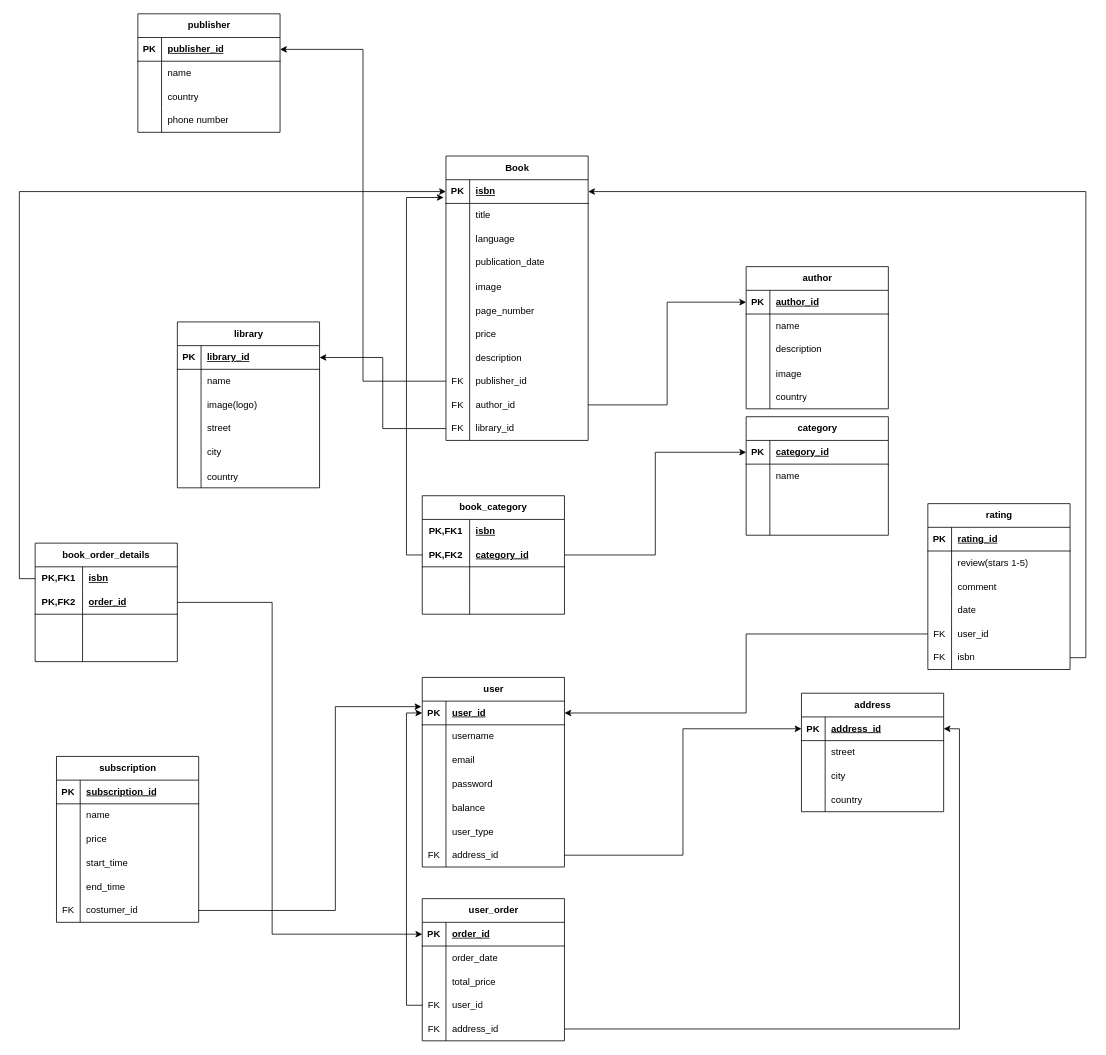
Before: bookbar_db_diagram.drawio in harris-cmega/bookbar-library-app, a draw.io diagram. Source tidied: cells renumbered, new cells numbered last; positions are measured from the earlier drawing's top-left corner, leaving out a move shared by most shapes. Both pictures are drawn from the tidied source at 79%, with x=0, y=0 at pixel (35, 13).
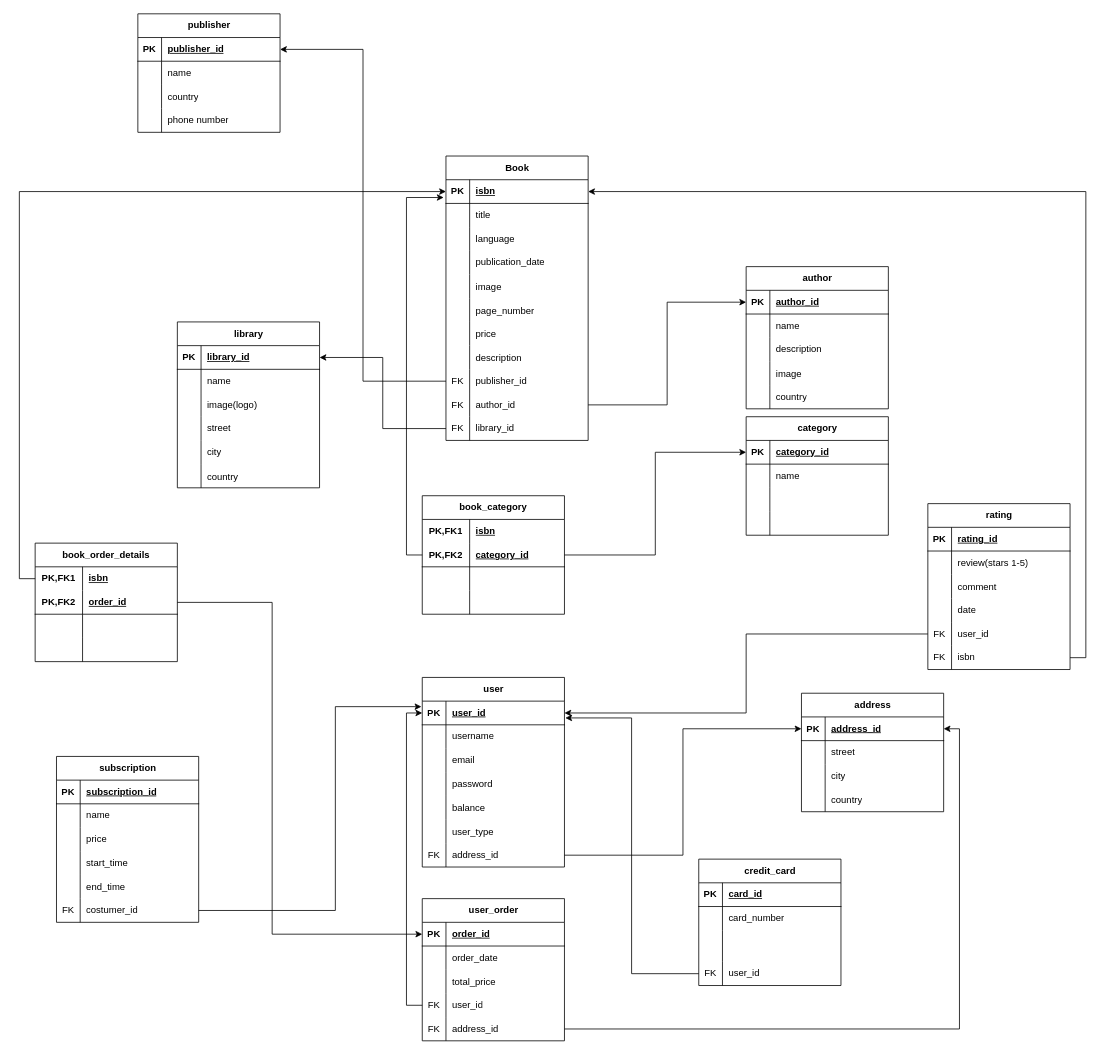
The same page after the edit.

Commit message (it also covers changes not shown here):
Bookbar database DDL

The change refers to these unchanged cells:
```xml
<mxCell id="53" style="shape=tableRow;horizontal=0;startSize=0;swimlaneHead=0;swimlaneBody=0;fillColor=none;points=[[0,0.5],[1,0.5]];portConstraint=eastwest;top=0;left=0;right=0;bottom=1;" parent="52" vertex="1">
  <mxGeometry y="30" width="180" height="30" as="geometry" />
</mxCell>
```

What changed in the source:
```diff
@@
+    <mxCell id="225" value="credit_card" style="shape=table;startSize=30;childLayout=tableLayout;rowLines=0;fontStyle=1;align=center;html=1;" parent="1" vertex="1">
+      <mxGeometry x="840" y="1070" width="180" height="160" as="geometry" />
+    </mxCell>
+    <mxCell id="226" style="shape=tableRow;horizontal=0;startSize=0;swimlaneHead=0;swimlaneBody=0;fillColor=none;top=0;left=0;right=0;bottom=1;" parent="225" vertex="1">
+      <mxGeometry y="30" width="180" height="30" as="geometry" />
+    </mxCell>
+    <mxCell id="227" value="PK" style="shape=partialRectangle;fillColor=none;top=0;left=0;bottom=0;right=0;fontStyle=1;overflow=hidden;whiteSpace=wrap;html=1;" parent="226" vertex="1">
+      <mxGeometry width="30" height="30" as="geometry" />
+    </mxCell>
+    <mxCell id="228" value="card_id" style="shape=partialRectangle;fillColor=none;top=0;left=0;bottom=0;right=0;align=left;spacingLeft=6;fontStyle=5;overflow=hidden;whiteSpace=wrap;html=1;" parent="226" vertex="1">
+      <mxGeometry x="30" width="150" height="30" as="geometry" />
+    </mxCell>
+    <mxCell id="229" style="shape=tableRow;horizontal=0;startSize=0;swimlaneHead=0;swimlaneBody=0;fillColor=none;top=0;left=0;right=0;bottom=0;" parent="225" vertex="1">
+      <mxGeometry y="60" width="180" height="30" as="geometry" />
+    </mxCell>
+    <mxCell id="230" style="shape=partialRectangle;fillColor=none;top=0;left=0;bottom=0;right=0;overflow=hidden;whiteSpace=wrap;html=1;" parent="229" vertex="1">
+      <mxGeometry width="30" height="30" as="geometry" />
+    </mxCell>
+    <mxCell id="231" value="card_number" style="shape=partialRectangle;fillColor=none;top=0;left=0;bottom=0;right=0;align=left;spacingLeft=6;overflow=hidden;whiteSpace=wrap;html=1;" parent="229" vertex="1">
+      <mxGeometry x="30" width="150" height="30" as="geometry" />
+    </mxCell>
+    <mxCell id="232" style="shape=tableRow;horizontal=0;startSize=0;swimlaneHead=0;swimlaneBody=0;fillColor=none;top=0;left=0;right=0;bottom=0;" parent="225" vertex="1">
+      <mxGeometry y="90" width="180" height="40" as="geometry" />
+    </mxCell>
+    <mxCell id="233" style="shape=partialRectangle;fillColor=none;top=0;left=0;bottom=0;right=0;overflow=hidden;whiteSpace=wrap;html=1;" parent="232" vertex="1">
+      <mxGeometry width="30" height="40" as="geometry" />
+    </mxCell>
+    <mxCell id="234" style="shape=partialRectangle;fillColor=none;top=0;left=0;bottom=0;right=0;align=left;spacingLeft=6;overflow=hidden;whiteSpace=wrap;html=1;" parent="232" vertex="1">
+      <mxGeometry x="30" width="150" height="40" as="geometry" />
+    </mxCell>
+    <mxCell id="235" style="shape=tableRow;horizontal=0;startSize=0;swimlaneHead=0;swimlaneBody=0;fillColor=none;points=[[0,0.5],[1,0.5]];portConstraint=eastwest;top=0;left=0;right=0;bottom=0;" parent="225" vertex="1">
+      <mxGeometry y="130" width="180" height="30" as="geometry" />
+    </mxCell>
+    <mxCell id="236" value="FK" style="shape=partialRectangle;fillColor=none;top=0;left=0;bottom=0;right=0;overflow=hidden;whiteSpace=wrap;html=1;" parent="235" vertex="1">
+      <mxGeometry width="30" height="30" as="geometry" />
+    </mxCell>
+    <mxCell id="237" value="user_id" style="shape=partialRectangle;fillColor=none;top=0;left=0;bottom=0;right=0;align=left;spacingLeft=6;overflow=hidden;whiteSpace=wrap;html=1;" parent="235" vertex="1">
+      <mxGeometry x="30" width="150" height="30" as="geometry" />
+    </mxCell>
+    <mxCell id="238" style="edgeStyle=orthogonalEdgeStyle;rounded=0;jettySize=auto;html=1;exitX=0;exitY=0.5;exitDx=0;exitDy=0;entryX=1.006;entryY=0.709;entryDx=0;entryDy=0;entryPerimeter=0;" parent="1" edge="1" source="235" target="53">
+      <mxGeometry relative="1" as="geometry" />
+    </mxCell>
```
